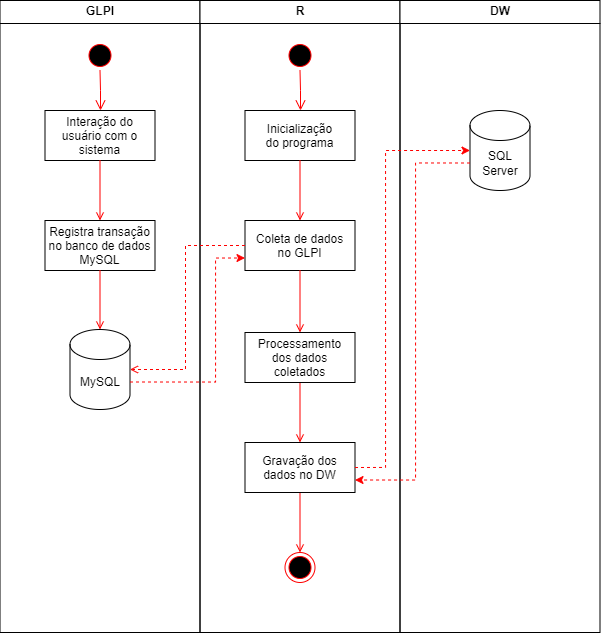
hensleySilva/TCC_MBA_USP_ESALQ keeps this draw.io diagram as Diagramas/Diagrama_raia_processo_ETL_do_projeto_de_BI.png. Above is the earlier version. Source tidied: cells renumbered, new cells last; positions are measured from the earlier drawing's top-left corner, leaving out a move shared by most shapes. Source of this version:
```xml
<mxGraphModel>
  <root>
    <mxCell id="0" />
    <mxCell id="1" parent="0" />
    <mxCell id="2" value="GLPI" style="swimlane;whiteSpace=wrap;" parent="1" vertex="1">
      <mxGeometry x="0.5" width="200" height="632" as="geometry" />
    </mxCell>
    <mxCell id="3" style="ellipse;shape=startState;fillColor=#000000;strokeColor=#ff0000;" parent="2" vertex="1">
      <mxGeometry x="85" y="40" width="30" height="30" as="geometry" />
    </mxCell>
    <mxCell id="4" style="edgeStyle=elbowEdgeStyle;elbow=horizontal;verticalAlign=bottom;endArrow=open;endSize=8;strokeColor=#FF0000;endFill=1;rounded=0;" parent="2" edge="1" source="3" target="5">
      <mxGeometry x="100" y="40" as="geometry" />
    </mxCell>
    <mxCell id="5" value="Interação do&#10;usuário com o&#10;sistema" parent="2" vertex="1">
      <mxGeometry x="45" y="110" width="110" height="50" as="geometry" />
    </mxCell>
    <mxCell id="6" value="Registra transação&#10;no banco de dados&#10;MySQL" parent="2" vertex="1">
      <mxGeometry x="45" y="220" width="110" height="50" as="geometry" />
    </mxCell>
    <mxCell id="7" style="endArrow=open;strokeColor=#FF0000;endFill=1;rounded=0;" parent="2" edge="1" source="5" target="6">
      <mxGeometry relative="1" as="geometry" />
    </mxCell>
    <mxCell id="8" style="endArrow=open;strokeColor=#FF0000;endFill=1;rounded=0;entryX=0.5;entryY=0;entryDx=0;entryDy=0;entryPerimeter=0;" parent="2" edge="1" source="6" target="9">
      <mxGeometry relative="1" as="geometry" />
    </mxCell>
    <mxCell id="9" value="MySQL" style="shape=cylinder3;whiteSpace=wrap;html=1;boundedLbl=1;backgroundOutline=1;size=15;" parent="2" vertex="1">
      <mxGeometry x="70" y="329" width="60" height="80" as="geometry" />
    </mxCell>
    <mxCell id="10" value="R" style="swimlane;whiteSpace=wrap;" parent="1" vertex="1">
      <mxGeometry x="200.5" width="200" height="632" as="geometry" />
    </mxCell>
    <mxCell id="11" style="ellipse;shape=startState;fillColor=#000000;strokeColor=#ff0000;" parent="10" vertex="1">
      <mxGeometry x="85" y="40" width="30" height="30" as="geometry" />
    </mxCell>
    <mxCell id="12" style="edgeStyle=elbowEdgeStyle;elbow=horizontal;verticalAlign=bottom;endArrow=open;endSize=8;strokeColor=#FF0000;endFill=1;rounded=0;" parent="10" edge="1" source="11" target="13">
      <mxGeometry x="40" y="20" as="geometry" />
    </mxCell>
    <mxCell id="13" value="Inicialização&#10;do programa" parent="10" vertex="1">
      <mxGeometry x="45" y="110" width="110" height="50" as="geometry" />
    </mxCell>
    <mxCell id="14" value="Coleta de dados&#10;no GLPI" parent="10" vertex="1">
      <mxGeometry x="45" y="220" width="110" height="50" as="geometry" />
    </mxCell>
    <mxCell id="15" style="endArrow=open;strokeColor=#FF0000;endFill=1;rounded=0;" parent="10" edge="1" source="13" target="14">
      <mxGeometry relative="1" as="geometry" />
    </mxCell>
    <mxCell id="16" style="edgeStyle=orthogonalEdgeStyle;rounded=0;jettySize=auto;html=1;entryX=0.5;entryY=0;entryDx=0;entryDy=0;endArrow=open;strokeColor=#FF0000;endFill=1;" parent="10" edge="1" source="17" target="22">
      <mxGeometry relative="1" as="geometry" />
    </mxCell>
    <mxCell id="17" value="Gravação dos&#10;dados no DW" parent="10" vertex="1">
      <mxGeometry x="45" y="442" width="110" height="50" as="geometry" />
    </mxCell>
    <mxCell id="18" style="edgeStyle=orthogonalEdgeStyle;rounded=0;jettySize=auto;html=1;exitX=0.5;exitY=1;exitDx=0;exitDy=0;entryX=0.5;entryY=0;entryDx=0;entryDy=0;endArrow=open;strokeColor=#FF0000;endFill=1;" parent="10" edge="1" target="17">
      <mxGeometry relative="1" as="geometry">
        <mxPoint x="100" y="442" as="sourcePoint" />
      </mxGeometry>
    </mxCell>
    <mxCell id="19" style="edgeStyle=orthogonalEdgeStyle;rounded=0;jettySize=auto;html=1;endArrow=open;strokeColor=#FF0000;endFill=1;" parent="10" edge="1" source="20" target="17">
      <mxGeometry relative="1" as="geometry" />
    </mxCell>
    <mxCell id="20" value="Processamento&#10;dos dados&#10;coletados" parent="10" vertex="1">
      <mxGeometry x="45" y="332" width="110" height="50" as="geometry" />
    </mxCell>
    <mxCell id="21" style="endArrow=open;strokeColor=#FF0000;endFill=1;rounded=0;exitX=0.5;exitY=1;exitDx=0;exitDy=0;entryX=0.5;entryY=0;entryDx=0;entryDy=0;" parent="10" edge="1" source="14" target="20">
      <mxGeometry relative="1" as="geometry" />
    </mxCell>
    <mxCell id="22" style="ellipse;html=1;shape=endState;fillColor=#000000;strokeColor=#ff0000;" parent="10" vertex="1">
      <mxGeometry x="85" y="552" width="30" height="30" as="geometry" />
    </mxCell>
    <mxCell id="23" style="edgeStyle=orthogonalEdgeStyle;rounded=0;jettySize=auto;html=1;exitX=0.5;exitY=1;exitDx=0;exitDy=0;entryX=0.5;entryY=0;entryDx=0;entryDy=0;endArrow=open;strokeColor=#FF0000;endFill=1;" parent="10" edge="1" source="20">
      <mxGeometry relative="1" as="geometry">
        <mxPoint x="100" y="382" as="targetPoint" />
      </mxGeometry>
    </mxCell>
    <mxCell id="24" value="DW" style="swimlane;whiteSpace=wrap;" parent="1" vertex="1">
      <mxGeometry x="400.5" width="200" height="632" as="geometry" />
    </mxCell>
    <mxCell id="25" value="SQL Server" style="shape=cylinder3;whiteSpace=wrap;html=1;boundedLbl=1;backgroundOutline=1;size=15;" parent="24" vertex="1">
      <mxGeometry x="70" y="110" width="60" height="80" as="geometry" />
    </mxCell>
    <mxCell id="26" style="endArrow=open;strokeColor=#FF0000;endFill=1;rounded=0;entryX=1;entryY=0.5;entryDx=0;entryDy=0;entryPerimeter=0;dashed=1;strokeWidth=1;" parent="1" edge="1" source="14" target="9">
      <mxGeometry relative="1" as="geometry">
        <Array as="points">
          <mxPoint x="186" y="245" />
          <mxPoint x="186" y="302" />
          <mxPoint x="186" y="369" />
        </Array>
      </mxGeometry>
    </mxCell>
    <mxCell id="27" style="edgeStyle=orthogonalEdgeStyle;rounded=0;jettySize=auto;html=1;exitX=1;exitY=0;exitDx=0;exitDy=52.5;exitPerimeter=0;entryX=0;entryY=0.75;entryDx=0;entryDy=0;strokeColor=#FF0000;dashed=1;" parent="1" edge="1" source="9" target="14">
      <mxGeometry relative="1" as="geometry">
        <Array as="points">
          <mxPoint x="216" y="382" />
          <mxPoint x="216" y="258" />
        </Array>
      </mxGeometry>
    </mxCell>
    <mxCell id="28" style="edgeStyle=orthogonalEdgeStyle;rounded=0;jettySize=auto;html=1;entryX=0;entryY=0.5;entryDx=0;entryDy=0;entryPerimeter=0;endArrow=classic;strokeColor=#FF0000;endFill=1;exitX=1;exitY=0.5;exitDx=0;exitDy=0;dashed=1;" parent="1" edge="1" source="17" target="25">
      <mxGeometry relative="1" as="geometry">
        <Array as="points">
          <mxPoint x="386" y="467" />
          <mxPoint x="386" y="150" />
        </Array>
      </mxGeometry>
    </mxCell>
    <mxCell id="29" style="edgeStyle=orthogonalEdgeStyle;rounded=0;jettySize=auto;html=1;exitX=0;exitY=0;exitDx=0;exitDy=52.5;exitPerimeter=0;entryX=1;entryY=0.75;entryDx=0;entryDy=0;strokeColor=#FF0000;dashed=1;" parent="1" edge="1" source="25" target="17">
      <mxGeometry relative="1" as="geometry">
        <Array as="points">
          <mxPoint x="416" y="162" />
          <mxPoint x="416" y="480" />
        </Array>
      </mxGeometry>
    </mxCell>
  </root>
</mxGraphModel>
```
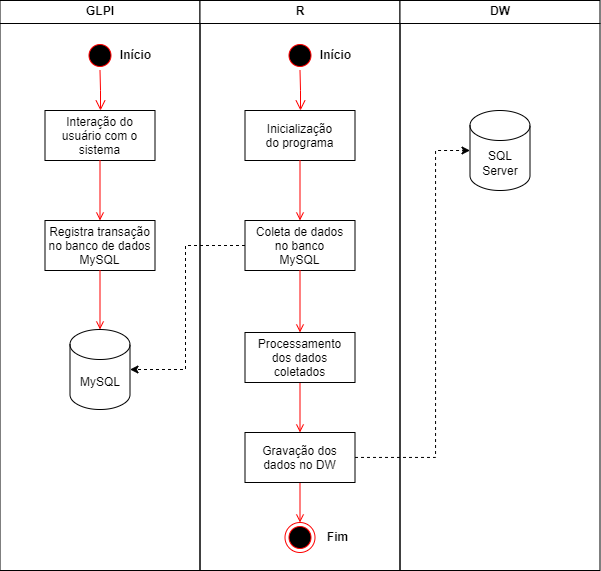
After the change.

What changed in the source:
```diff
@@ -3,7 +3,7 @@
     <mxCell id="0" />
     <mxCell id="1" parent="0" />
     <mxCell id="2" value="GLPI" style="swimlane;whiteSpace=wrap;" parent="1" vertex="1">
-      <mxGeometry x="0.5" width="200" height="632" as="geometry" />
+      <mxGeometry x="0.5" width="200" height="570" as="geometry" />
     </mxCell>
     <mxCell id="3" style="ellipse;shape=startState;fillColor=#000000;strokeColor=#ff0000;" parent="2" vertex="1">
       <mxGeometry x="85" y="40" width="30" height="30" as="geometry" />
@@ -26,8 +26,11 @@
     <mxCell id="9" value="MySQL" style="shape=cylinder3;whiteSpace=wrap;html=1;boundedLbl=1;backgroundOutline=1;size=15;" parent="2" vertex="1">
       <mxGeometry x="70" y="329" width="60" height="80" as="geometry" />
     </mxCell>
+    <mxCell id="30" value="Início" style="text;align=center;fontStyle=1;verticalAlign=middle;spacingLeft=3;spacingRight=3;strokeColor=none;html=1;" parent="2" vertex="1">
+      <mxGeometry x="95.5" y="42" width="80" height="26" as="geometry" />
+    </mxCell>
     <mxCell id="10" value="R" style="swimlane;whiteSpace=wrap;" parent="1" vertex="1">
-      <mxGeometry x="200.5" width="200" height="632" as="geometry" />
+      <mxGeometry x="200.5" width="200" height="570" as="geometry" />
     </mxCell>
     <mxCell id="11" style="ellipse;shape=startState;fillColor=#000000;strokeColor=#ff0000;" parent="10" vertex="1">
       <mxGeometry x="85" y="40" width="30" height="30" as="geometry" />
@@ -38,78 +41,58 @@
     <mxCell id="13" value="Inicialização&#10;do programa" parent="10" vertex="1">
       <mxGeometry x="45" y="110" width="110" height="50" as="geometry" />
     </mxCell>
-    <mxCell id="14" value="Coleta de dados&#10;no GLPI" parent="10" vertex="1">
+    <mxCell id="14" value="Coleta de dados&#10;no banco&#10;MySQL" parent="10" vertex="1">
       <mxGeometry x="45" y="220" width="110" height="50" as="geometry" />
     </mxCell>
     <mxCell id="15" style="endArrow=open;strokeColor=#FF0000;endFill=1;rounded=0;" parent="10" edge="1" source="13" target="14">
       <mxGeometry relative="1" as="geometry" />
     </mxCell>
-    <mxCell id="16" style="edgeStyle=orthogonalEdgeStyle;rounded=0;jettySize=auto;html=1;entryX=0.5;entryY=0;entryDx=0;entryDy=0;endArrow=open;strokeColor=#FF0000;endFill=1;" parent="10" edge="1" source="17" target="22">
-      <mxGeometry relative="1" as="geometry" />
-    </mxCell>
+    <mxCell id="31" style="edgeStyle=orthogonalEdgeStyle;rounded=0;jettySize=auto;html=1;endArrow=open;strokeColor=#FF0000;endFill=1;" parent="10" edge="1" source="17" target="32">
+      <mxGeometry relative="1" as="geometry" />
+    </mxCell>
     <mxCell id="17" value="Gravação dos&#10;dados no DW" parent="10" vertex="1">
-      <mxGeometry x="45" y="442" width="110" height="50" as="geometry" />
+      <mxGeometry x="45" y="432" width="110" height="50" as="geometry" />
     </mxCell>
-    <mxCell id="18" style="edgeStyle=orthogonalEdgeStyle;rounded=0;jettySize=auto;html=1;exitX=0.5;exitY=1;exitDx=0;exitDy=0;entryX=0.5;entryY=0;entryDx=0;entryDy=0;endArrow=open;strokeColor=#FF0000;endFill=1;" parent="10" edge="1" target="17">
-      <mxGeometry relative="1" as="geometry">
-        <mxPoint x="100" y="442" as="sourcePoint" />
-      </mxGeometry>
+    <mxCell id="18" style="edgeStyle=orthogonalEdgeStyle;rounded=0;jettySize=auto;html=1;exitX=0.5;exitY=1;exitDx=0;exitDy=0;entryX=0.5;entryY=0;entryDx=0;entryDy=0;endArrow=open;strokeColor=#FF0000;endFill=1;" parent="10" edge="1" source="20" target="17">
+      <mxGeometry relative="1" as="geometry" />
     </mxCell>
-    <mxCell id="19" style="edgeStyle=orthogonalEdgeStyle;rounded=0;jettySize=auto;html=1;endArrow=open;strokeColor=#FF0000;endFill=1;" parent="10" edge="1" source="20" target="17">
-      <mxGeometry relative="1" as="geometry" />
-    </mxCell>
     <mxCell id="20" value="Processamento&#10;dos dados&#10;coletados" parent="10" vertex="1">
       <mxGeometry x="45" y="332" width="110" height="50" as="geometry" />
     </mxCell>
     <mxCell id="21" style="endArrow=open;strokeColor=#FF0000;endFill=1;rounded=0;exitX=0.5;exitY=1;exitDx=0;exitDy=0;entryX=0.5;entryY=0;entryDx=0;entryDy=0;" parent="10" edge="1" source="14" target="20">
       <mxGeometry relative="1" as="geometry" />
     </mxCell>
-    <mxCell id="22" style="ellipse;html=1;shape=endState;fillColor=#000000;strokeColor=#ff0000;" parent="10" vertex="1">
-      <mxGeometry x="85" y="552" width="30" height="30" as="geometry" />
-    </mxCell>
-    <mxCell id="23" style="edgeStyle=orthogonalEdgeStyle;rounded=0;jettySize=auto;html=1;exitX=0.5;exitY=1;exitDx=0;exitDy=0;entryX=0.5;entryY=0;entryDx=0;entryDy=0;endArrow=open;strokeColor=#FF0000;endFill=1;" parent="10" edge="1" source="20">
-      <mxGeometry relative="1" as="geometry">
-        <mxPoint x="100" y="382" as="targetPoint" />
-      </mxGeometry>
-    </mxCell>
+    <mxCell id="32" style="ellipse;html=1;shape=endState;fillColor=#000000;strokeColor=#ff0000;" parent="10" vertex="1">
+      <mxGeometry x="85" y="522" width="30" height="30" as="geometry" />
+    </mxCell>
+    <mxCell id="33" value="Início" style="text;align=center;fontStyle=1;verticalAlign=middle;spacingLeft=3;spacingRight=3;strokeColor=none;html=1;" parent="10" vertex="1">
+      <mxGeometry x="95.5" y="42" width="80" height="26" as="geometry" />
+    </mxCell>
+    <mxCell id="34" value="Fim" style="text;align=center;fontStyle=1;verticalAlign=middle;spacingLeft=3;spacingRight=3;strokeColor=none;html=1;" parent="10" vertex="1">
+      <mxGeometry x="105.5" y="524" width="64.5" height="26" as="geometry" />
+    </mxCell>
     <mxCell id="24" value="DW" style="swimlane;whiteSpace=wrap;" parent="1" vertex="1">
-      <mxGeometry x="400.5" width="200" height="632" as="geometry" />
+      <mxGeometry x="400.5" width="200" height="570" as="geometry" />
     </mxCell>
     <mxCell id="25" value="SQL Server" style="shape=cylinder3;whiteSpace=wrap;html=1;boundedLbl=1;backgroundOutline=1;size=15;" parent="24" vertex="1">
       <mxGeometry x="70" y="110" width="60" height="80" as="geometry" />
     </mxCell>
-    <mxCell id="26" style="endArrow=open;strokeColor=#FF0000;endFill=1;rounded=0;entryX=1;entryY=0.5;entryDx=0;entryDy=0;entryPerimeter=0;dashed=1;strokeWidth=1;" parent="1" edge="1" source="14" target="9">
+    <mxCell id="26" style="endArrow=classic;strokeColor=default;endFill=1;rounded=0;entryX=1;entryY=0.5;entryDx=0;entryDy=0;entryPerimeter=0;dashed=1;strokeWidth=1;" parent="1" edge="1" source="14" target="9">
       <mxGeometry relative="1" as="geometry">
         <Array as="points">
           <mxPoint x="186" y="245" />
-          <mxPoint x="186" y="302" />
+          <mxPoint x="186" y="312" />
           <mxPoint x="186" y="369" />
         </Array>
       </mxGeometry>
     </mxCell>
-    <mxCell id="27" style="edgeStyle=orthogonalEdgeStyle;rounded=0;jettySize=auto;html=1;exitX=1;exitY=0;exitDx=0;exitDy=52.5;exitPerimeter=0;entryX=0;entryY=0.75;entryDx=0;entryDy=0;strokeColor=#FF0000;dashed=1;" parent="1" edge="1" source="9" target="14">
-      <mxGeometry relative="1" as="geometry">
-        <Array as="points">
-          <mxPoint x="216" y="382" />
-          <mxPoint x="216" y="258" />
-        </Array>
-      </mxGeometry>
-    </mxCell>
-    <mxCell id="28" style="edgeStyle=orthogonalEdgeStyle;rounded=0;jettySize=auto;html=1;entryX=0;entryY=0.5;entryDx=0;entryDy=0;entryPerimeter=0;endArrow=classic;strokeColor=#FF0000;endFill=1;exitX=1;exitY=0.5;exitDx=0;exitDy=0;dashed=1;" parent="1" edge="1" source="17" target="25">
+    <mxCell id="28" style="edgeStyle=orthogonalEdgeStyle;rounded=0;jettySize=auto;html=1;entryX=0;entryY=0.5;entryDx=0;entryDy=0;entryPerimeter=0;endArrow=classic;strokeColor=default;endFill=1;dashed=1;" parent="1" edge="1" source="17" target="25">
       <mxGeometry relative="1" as="geometry">
         <Array as="points">
-          <mxPoint x="386" y="467" />
-          <mxPoint x="386" y="150" />
+          <mxPoint x="436" y="457" />
+          <mxPoint x="436" y="150" />
         </Array>
       </mxGeometry>
     </mxCell>
-    <mxCell id="29" style="edgeStyle=orthogonalEdgeStyle;rounded=0;jettySize=auto;html=1;exitX=0;exitY=0;exitDx=0;exitDy=52.5;exitPerimeter=0;entryX=1;entryY=0.75;entryDx=0;entryDy=0;strokeColor=#FF0000;dashed=1;" parent="1" edge="1" source="25" target="17">
-      <mxGeometry relative="1" as="geometry">
-        <Array as="points">
-          <mxPoint x="416" y="162" />
-          <mxPoint x="416" y="480" />
-        </Array>
-      </mxGeometry>
-    </mxCell>
   </root>
 </mxGraphModel>
```
